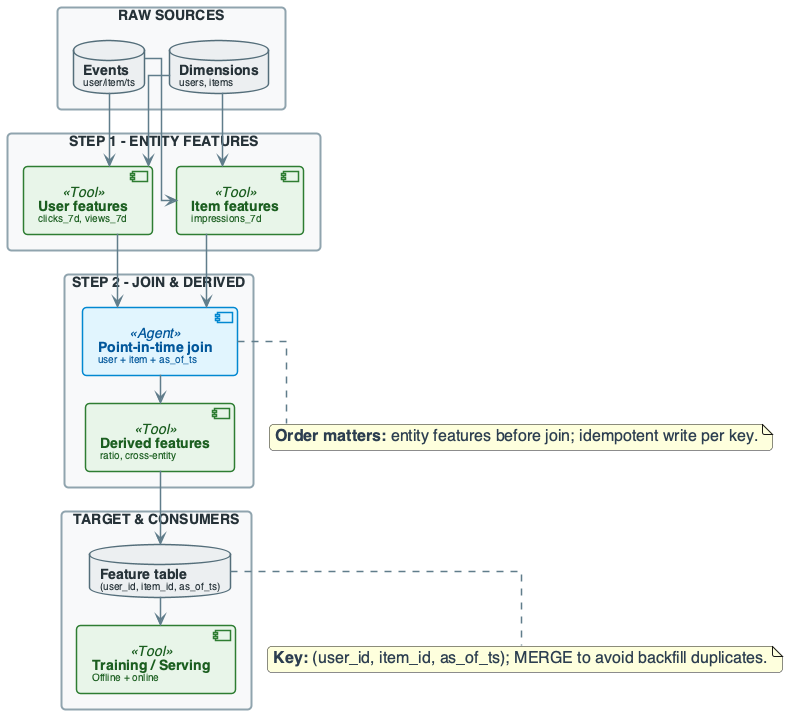
This is diagrams/week12/week12_lecture_slide09_advanced_pipeline_overview.png from OrPerets/data-engineering-course, a PlantUML export, as it was before one commit.
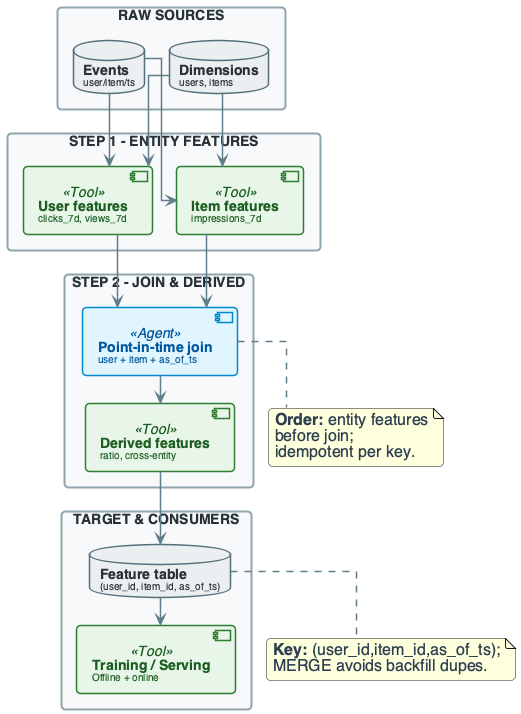
Later version of the same file.

Change to the diagram source:
```diff
@@ -148,7 +148,7 @@
 DERIVED --> FT
 FT --> CONS
 
-note bottom of JOIN : **Order matters:** entity features before join; idempotent write per key.
-note bottom of FT : **Key:** (user_id, item_id, as_of_ts); MERGE to avoid backfill duplicates.
+note bottom of JOIN : **Order:** entity features\nbefore join;\nidempotent per key.
+note bottom of FT : **Key:** (user_id,item_id,as_of_ts);\nMERGE avoids backfill dupes.
 
 @enduml
```
